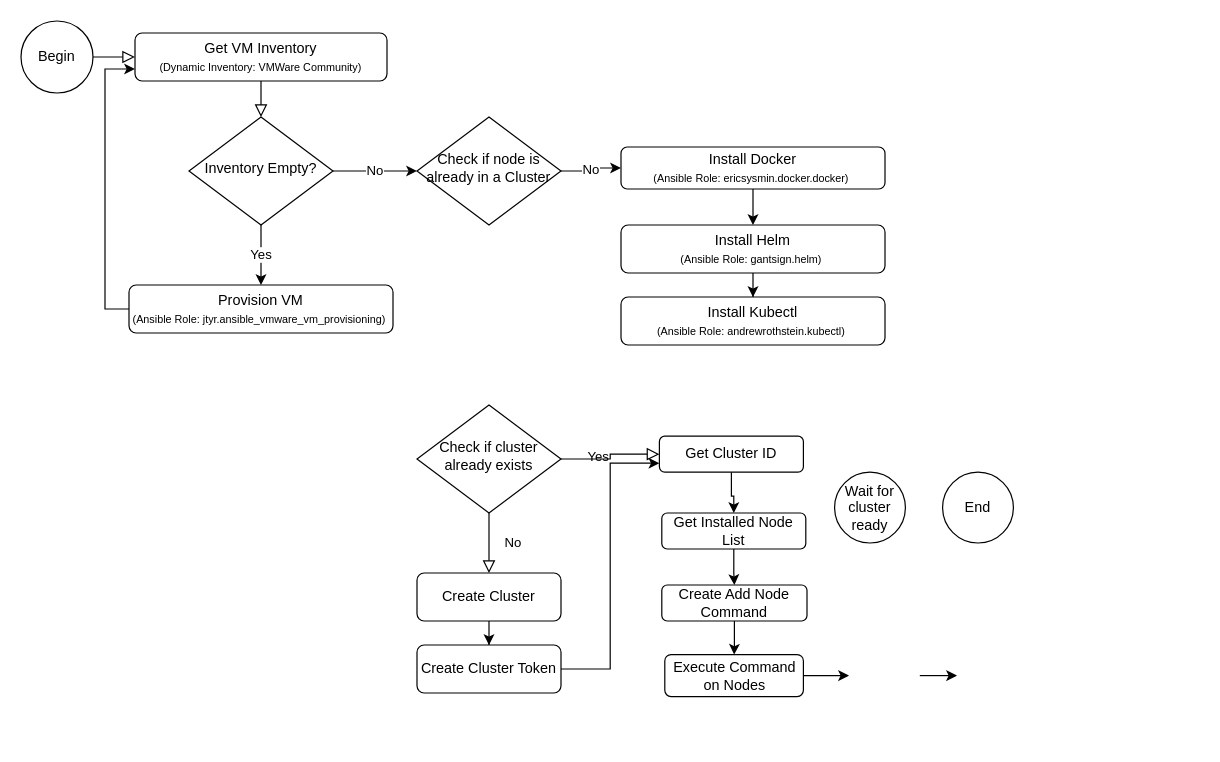
This is Ansible-Playbook-Create-Rancher-Full.drawio from alexismaior/diagrams, a draw.io file, before an edit. Source tidied: cells renumbered, new cells numbered last; positions are measured from the earlier drawing's top-left corner, leaving out a move shared by most shapes. Both pictures are drawn from the tidied source at 120%, with x=0, y=0 at pixel (20, 20).
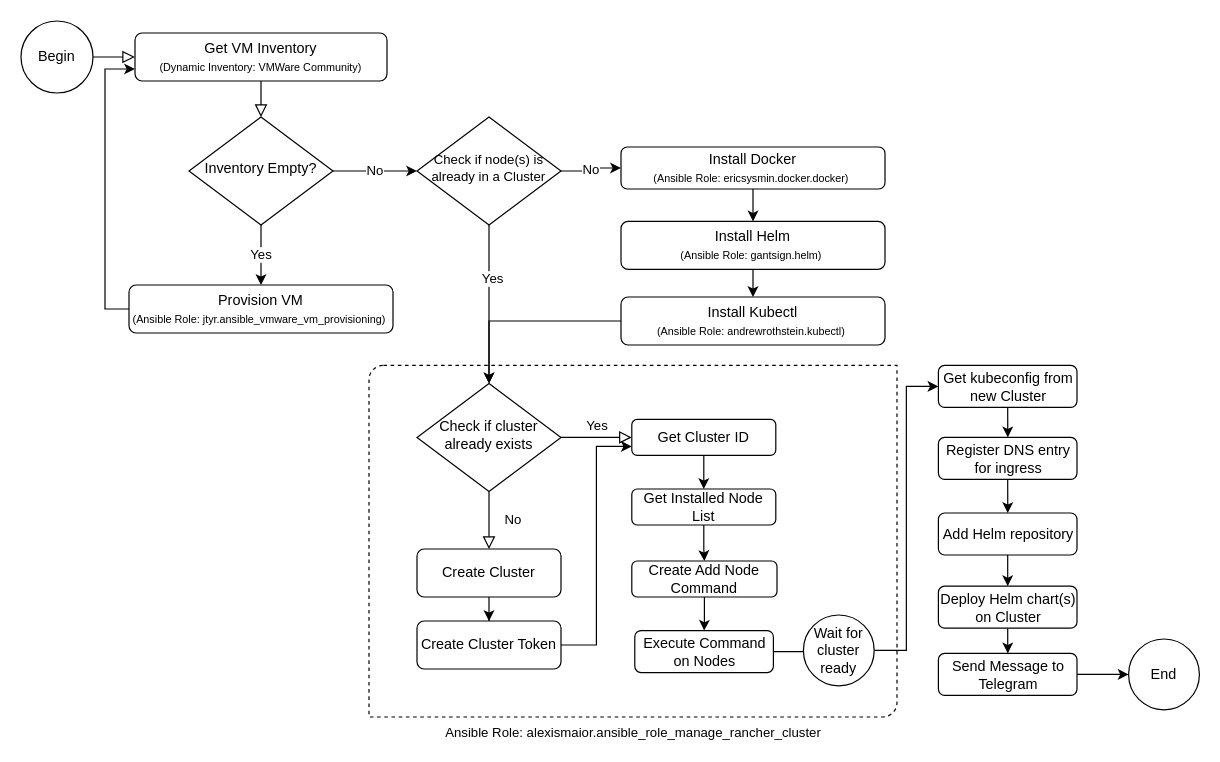
After the change.

The change refers to these unchanged cells:
```xml
<mxCell id="35" value="Install Kubectl&lt;br&gt;&lt;font style=&quot;font-size: 9px&quot;&gt;(Ansible Role:&amp;nbsp;andrewrothstein.kubectl)&amp;nbsp;&lt;/font&gt;" style="rounded=1;whiteSpace=wrap;html=1;fontSize=12;glass=0;strokeWidth=1;shadow=0;" parent="1" vertex="1">
  <mxGeometry x="500" y="230" width="220" height="40" as="geometry" />
</mxCell>
```

What changed in the source:
```diff
@@
+    <mxCell id="36" value="Ansible Role:&amp;nbsp;alexismaior.ansible_role_manage_rancher_cluster&lt;br&gt;" style="verticalLabelPosition=bottom;verticalAlign=top;html=1;shape=mxgraph.basic.diag_round_rect;dx=6;fontSize=11;labelBackgroundColor=none;fillColor=none;dashed=1;" parent="1" vertex="1">
+      <mxGeometry x="290" y="287" width="440" height="293" as="geometry" />
+    </mxCell>
@@
     <mxCell id="5" value="Check if cluster already exists" style="rhombus;whiteSpace=wrap;html=1;shadow=0;fontFamily=Helvetica;fontSize=12;align=center;strokeWidth=1;spacing=6;spacingTop=-4;" parent="1" vertex="1">
-      <mxGeometry x="330" y="320" width="120" height="90" as="geometry" />
+      <mxGeometry x="330" y="302" width="120" height="90" as="geometry" />
     </mxCell>
@@
     <mxCell id="7" value="Create Cluster" style="rounded=1;whiteSpace=wrap;html=1;fontSize=12;glass=0;strokeWidth=1;shadow=0;" parent="1" vertex="1">
-      <mxGeometry x="330" y="460" width="120" height="40" as="geometry" />
+      <mxGeometry x="330" y="440" width="120" height="40" as="geometry" />
     </mxCell>
@@
     <mxCell id="10" value="Create Cluster Token" style="whiteSpace=wrap;html=1;rounded=1;shadow=0;strokeWidth=1;glass=0;" parent="1" vertex="1">
-      <mxGeometry x="330" y="520" width="120" height="40" as="geometry" />
+      <mxGeometry x="330" y="500" width="120" height="40" as="geometry" />
     </mxCell>
@@
     <mxCell id="12" value="Get Cluster ID" style="whiteSpace=wrap;html=1;rounded=1;shadow=0;strokeWidth=1;glass=0;" parent="1" vertex="1">
-      <mxGeometry x="532" y="346" width="120" height="30" as="geometry" />
+      <mxGeometry x="509" y="332" width="120" height="30" as="geometry" />
     </mxCell>
@@
     <mxCell id="14" value="Get Installed Node List" style="whiteSpace=wrap;html=1;rounded=1;shadow=0;strokeWidth=1;glass=0;" parent="1" vertex="1">
-      <mxGeometry x="534" y="410" width="120" height="30" as="geometry" />
+      <mxGeometry x="509" y="390" width="120" height="30" as="geometry" />
     </mxCell>
@@
     <mxCell id="16" value="Create Add Node Command" style="whiteSpace=wrap;html=1;rounded=1;shadow=0;strokeWidth=1;glass=0;" parent="1" vertex="1">
-      <mxGeometry x="534" y="470" width="121" height="30" as="geometry" />
+      <mxGeometry x="509" y="450" width="121" height="30" as="geometry" />
     </mxCell>
     <mxCell id="17" style="edgeStyle=orthogonalEdgeStyle;rounded=0;jettySize=auto;html=1;exitX=1;exitY=0.5;exitDx=0;exitDy=0;entryX=0;entryY=0.5;entryDx=0;entryDy=0;" parent="1" edge="1" source="18">
       <mxGeometry relative="1" as="geometry">
-        <mxPoint x="690" y="545.5" as="targetPoint" />
+        <mxPoint x="690" y="525.5" as="targetPoint" />
       </mxGeometry>
     </mxCell>
     <mxCell id="18" value="Execute Command on Nodes" style="whiteSpace=wrap;html=1;rounded=1;shadow=0;strokeWidth=1;glass=0;" parent="1" vertex="1">
-      <mxGeometry x="536.5" y="528" width="115.5" height="35" as="geometry" />
+      <mxGeometry x="511.5" y="508" width="115.5" height="35" as="geometry" />
     </mxCell>
-    <mxCell id="19" style="edgeStyle=orthogonalEdgeStyle;rounded=0;orthogonalLoop=1;jettySize=auto;html=1;" parent="1" edge="1">
-      <mxGeometry relative="1" as="geometry">
-        <mxPoint x="749" y="545.5" as="sourcePoint" />
-        <mxPoint x="780" y="545.5" as="targetPoint" />
-      </mxGeometry>
-    </mxCell>
+    <mxCell id="37" style="edgeStyle=orthogonalEdgeStyle;rounded=0;jettySize=auto;html=1;exitX=1;exitY=0.5;exitDx=0;exitDy=0;entryX=0;entryY=0.5;entryDx=0;entryDy=0;fontSize=11;fontColor=#000000;" parent="1" edge="1" source="20" target="42">
+      <mxGeometry relative="1" as="geometry" />
+    </mxCell>
     <mxCell id="20" value="Wait for cluster ready" style="ellipse;whiteSpace=wrap;html=1;" parent="1" vertex="1">
-      <mxGeometry x="678" y="376" width="59" height="59" as="geometry" />
+      <mxGeometry x="652" y="495" width="59" height="59" as="geometry" />
     </mxCell>
     <mxCell id="21" value="End" style="ellipse;whiteSpace=wrap;html=1;" parent="1" vertex="1">
-      <mxGeometry x="768" y="376" width="59" height="59" as="geometry" />
+      <mxGeometry x="923" y="515" width="59" height="59" as="geometry" />
     </mxCell>
@@
+    <mxCell id="38" style="edgeStyle=orthogonalEdgeStyle;rounded=0;jettySize=auto;html=1;exitX=0.5;exitY=1;exitDx=0;exitDy=0;fontSize=11;" parent="1" edge="1" source="30" target="5">
+      <mxGeometry relative="1" as="geometry" />
+    </mxCell>
+    <mxCell id="39" value="Yes" style="edgeLabel;html=1;align=center;verticalAlign=middle;fontSize=11;" parent="38" vertex="1">
+      <mxGeometry x="-0.34" y="2" relative="1" as="geometry" />
+    </mxCell>
-    <mxCell id="30" value="Check if node is already in a Cluster" style="rhombus;whiteSpace=wrap;html=1;shadow=0;fontFamily=Helvetica;fontSize=12;align=center;strokeWidth=1;spacing=6;spacingTop=-4;" parent="1" vertex="1">
+    <mxCell id="30" value="Check if node(s) is already in a Cluster" style="rhombus;whiteSpace=wrap;html=1;shadow=0;fontFamily=Helvetica;fontSize=11;align=center;strokeWidth=1;spacing=6;spacingTop=-4;" parent="1" vertex="1">
       <mxGeometry x="330" y="80" width="120" height="90" as="geometry" />
     </mxCell>
@@
     <mxCell id="34" value="Install Helm&lt;br&gt;&lt;font style=&quot;font-size: 9px&quot;&gt;(Ansible Role:&amp;nbsp;gantsign.helm)&amp;nbsp;&lt;/font&gt;" style="rounded=1;whiteSpace=wrap;html=1;fontSize=12;glass=0;strokeWidth=1;shadow=0;" parent="1" vertex="1">
-      <mxGeometry x="500" y="170" width="220" height="40" as="geometry" />
+      <mxGeometry x="500" y="167" width="220" height="40" as="geometry" />
     </mxCell>
+    <mxCell id="40" style="edgeStyle=orthogonalEdgeStyle;rounded=0;jettySize=auto;html=1;exitX=0;exitY=0.5;exitDx=0;exitDy=0;fontSize=11;" parent="1" edge="1" source="35" target="5">
+      <mxGeometry relative="1" as="geometry" />
+    </mxCell>
@@
+    <mxCell id="41" style="edgeStyle=orthogonalEdgeStyle;rounded=0;jettySize=auto;html=1;exitX=0.5;exitY=1;exitDx=0;exitDy=0;fontSize=11;fontColor=#000000;" parent="1" edge="1" source="42" target="44">
+      <mxGeometry relative="1" as="geometry" />
+    </mxCell>
+    <mxCell id="42" value="Get kubeconfig from new Cluster" style="whiteSpace=wrap;html=1;rounded=1;shadow=0;strokeWidth=1;glass=0;" parent="1" vertex="1">
+      <mxGeometry x="764.5" y="287" width="115.5" height="35" as="geometry" />
+    </mxCell>
+    <mxCell id="43" style="edgeStyle=orthogonalEdgeStyle;rounded=0;jettySize=auto;html=1;exitX=0.5;exitY=1;exitDx=0;exitDy=0;fontSize=11;fontColor=#000000;" parent="1" edge="1" source="44" target="46">
+      <mxGeometry relative="1" as="geometry" />
+    </mxCell>
+    <mxCell id="44" value="Register DNS entry for ingress" style="whiteSpace=wrap;html=1;rounded=1;shadow=0;strokeWidth=1;glass=0;" parent="1" vertex="1">
+      <mxGeometry x="764.5" y="347" width="115.5" height="35" as="geometry" />
+    </mxCell>
+    <mxCell id="45" style="edgeStyle=orthogonalEdgeStyle;rounded=0;jettySize=auto;html=1;exitX=0.5;exitY=1;exitDx=0;exitDy=0;entryX=0.5;entryY=0;entryDx=0;entryDy=0;fontSize=11;fontColor=#000000;" parent="1" edge="1" source="46" target="48">
+      <mxGeometry relative="1" as="geometry" />
+    </mxCell>
+    <mxCell id="46" value="Add Helm repository" style="whiteSpace=wrap;html=1;rounded=1;shadow=0;strokeWidth=1;glass=0;" parent="1" vertex="1">
+      <mxGeometry x="764.5" y="410" width="115.5" height="35" as="geometry" />
+    </mxCell>
+    <mxCell id="47" style="edgeStyle=orthogonalEdgeStyle;rounded=0;jettySize=auto;html=1;exitX=0.5;exitY=1;exitDx=0;exitDy=0;fontSize=11;fontColor=#000000;" parent="1" edge="1" source="48" target="50">
+      <mxGeometry relative="1" as="geometry" />
+    </mxCell>
+    <mxCell id="48" value="Deploy Helm chart(s) on Cluster" style="whiteSpace=wrap;html=1;rounded=1;shadow=0;strokeWidth=1;glass=0;" parent="1" vertex="1">
+      <mxGeometry x="764.5" y="471" width="115.5" height="35" as="geometry" />
+    </mxCell>
+    <mxCell id="49" style="edgeStyle=orthogonalEdgeStyle;rounded=0;jettySize=auto;html=1;exitX=1;exitY=0.5;exitDx=0;exitDy=0;fontSize=11;fontColor=#000000;" parent="1" edge="1" source="50" target="21">
+      <mxGeometry relative="1" as="geometry" />
+    </mxCell>
+    <mxCell id="50" value="Send Message to Telegram" style="whiteSpace=wrap;html=1;rounded=1;shadow=0;strokeWidth=1;glass=0;" parent="1" vertex="1">
+      <mxGeometry x="764.5" y="527" width="115.5" height="35" as="geometry" />
+    </mxCell>
```
